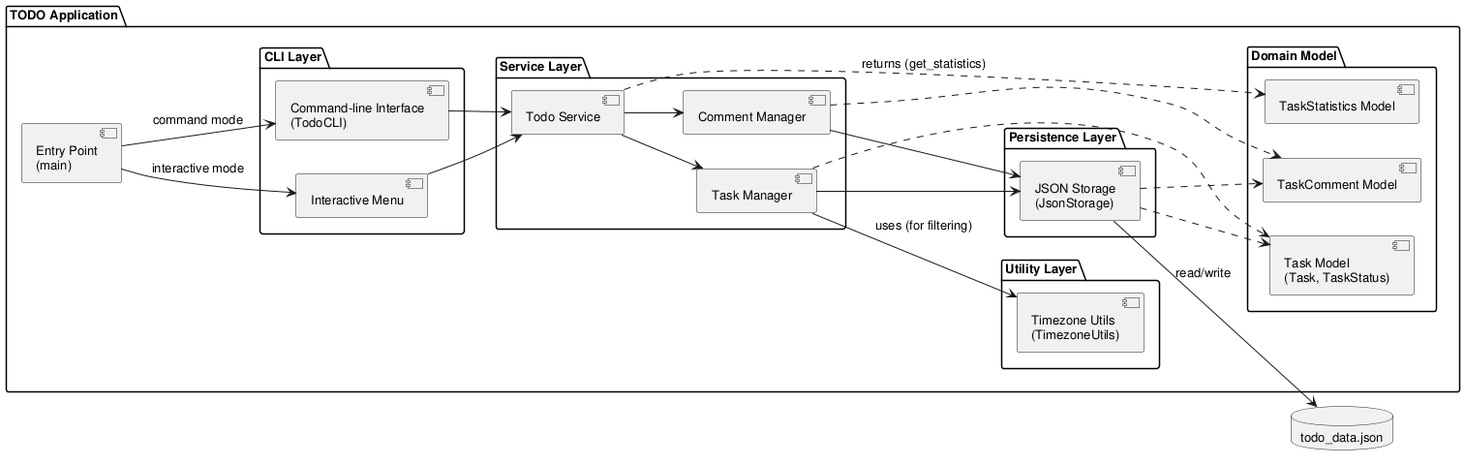
Above: experiments/pipeline/structured_text/TODO/artifacts/component_diagram.png in DanielRiha8906/Software_autoevolution_using_agents (PlantUML), before the change.
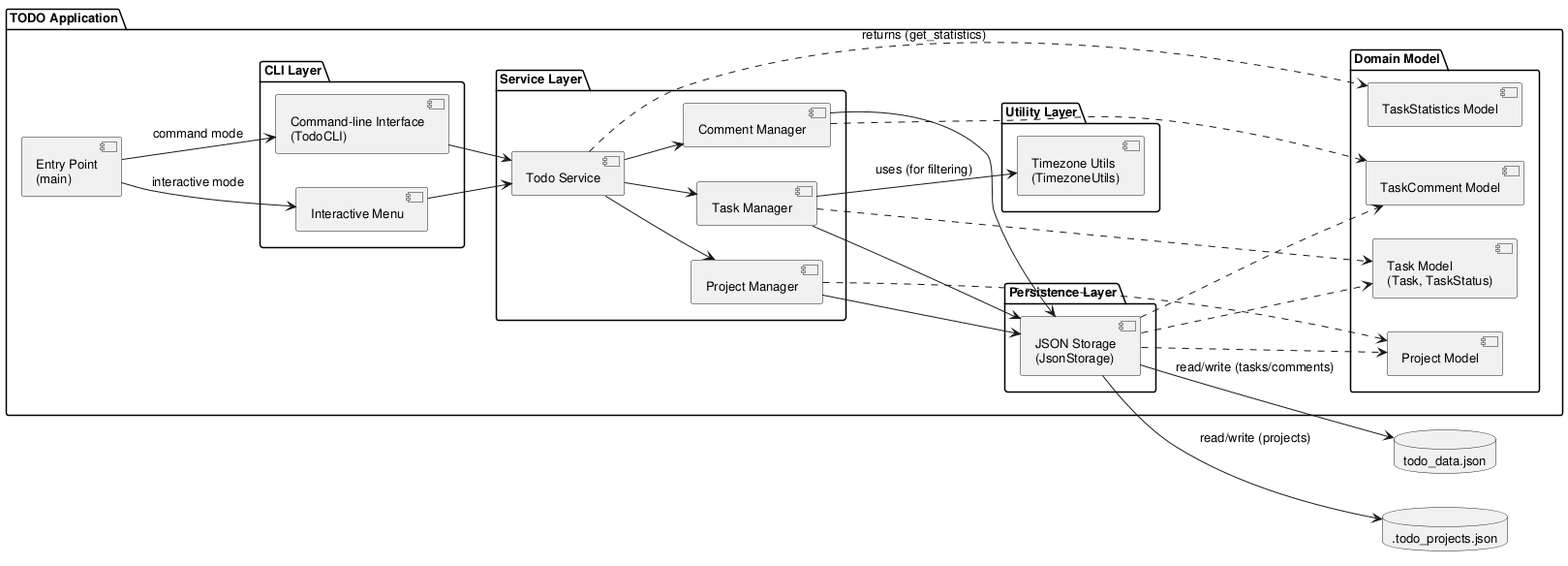
The same diagram one commit later.

Change to the diagram source:
```diff
@@ -18,11 +18,13 @@
         component "Todo Service" as SVC
         component "Task Manager" as MGR
         component "Comment Manager" as CMT
+        component "Project Manager" as PROJ
     }
 
     package "Domain Model" {
         component "Task Model\n(Task, TaskStatus)" as Model
         component "TaskComment Model" as CMTModel
+        component "Project Model" as ProjModel
         component "TaskStatistics Model" as StatsModel
     }
 
@@ -36,6 +38,7 @@
 }
 
 database "todo_data.json" as DB
+database ".todo_projects.json" as PROJDB
 
 Main --> IM : interactive mode
 Main --> CLI : command mode
@@ -45,15 +48,20 @@
 
 SVC --> MGR
 SVC --> CMT
+SVC --> PROJ
 MGR --> Storage
 CMT --> Storage
+PROJ --> Storage
 MGR --> TZ : uses (for filtering)
 MGR ..> Model
 CMT ..> CMTModel
+PROJ ..> ProjModel
 SVC ..> StatsModel : returns (get_statistics)
 Storage ..> Model
 Storage ..> CMTModel
+Storage ..> ProjModel
 
-Storage --> DB : read/write
+Storage --> DB : read/write (tasks/comments)
+Storage --> PROJDB : read/write (projects)
 
 @enduml
```
